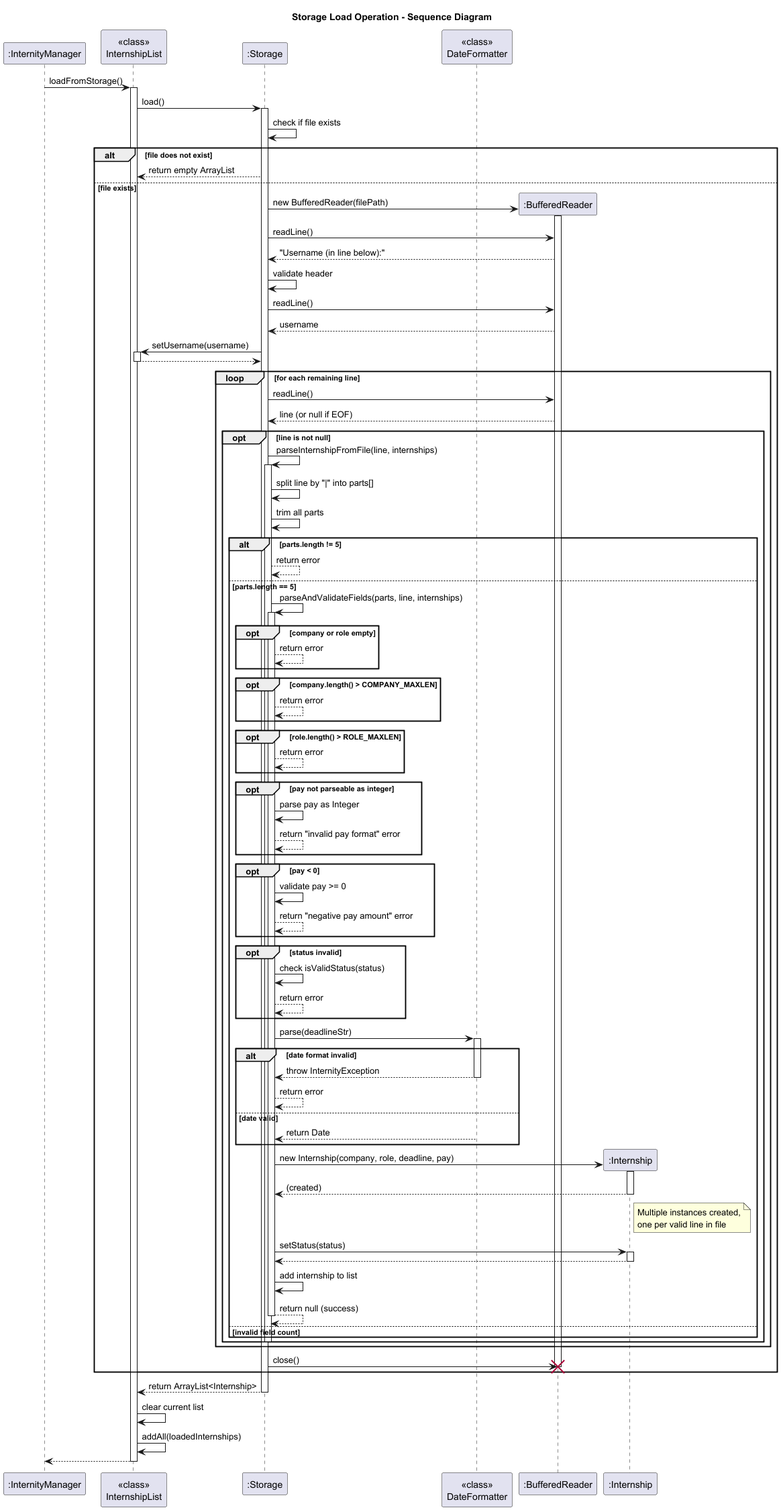
Before: docs/diagrams/StorageLoadSD.png, a diagram exported from PlantUML (AY2526S1-CS2113-W14-4/tp).
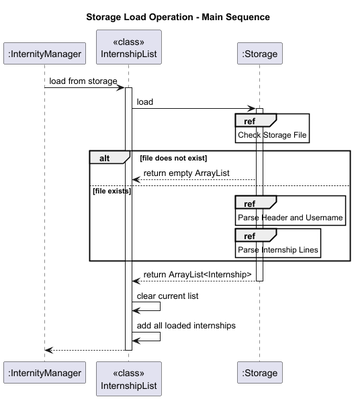
The same diagram one commit later.

Change to the diagram source:
```diff
@@ -1,127 +1,39 @@
 @startuml
-title Storage Load Operation - Sequence Diagram
+title Storage Load Operation - Main Sequence
 
 participant ":InternityManager" as IM
 participant "<<class>>\nInternshipList" as IL
 participant ":Storage" as S
-participant "<<class>>\nDateFormatter" as DF
 
-IM -> IL: loadFromStorage()
+IM -> IL: load from storage
 activate IL
 
-IL -> S: load()
+IL -> S: load
 activate S
 
-S -> S: check if file exists
+ref over S
+    Check Storage File
+end ref
+
 alt file does not exist
     S --> IL: return empty ArrayList
 else file exists
-    create ":BufferedReader" as BR
-    S -> BR**: new BufferedReader(filePath)
-    activate BR
+    ref over S
+        Parse Header and Username
+    end ref
 
-    S -> BR: readLine()
-    BR --> S: "Username (in line below):"
-
-    S -> S: validate header
-
-    S -> BR: readLine()
-    BR --> S: username
-
-    S -> IL: setUsername(username)
-    activate IL
-    IL --> S:
-    deactivate IL
-
-    loop for each remaining line
-        S -> BR: readLine()
-        BR --> S: line (or null if EOF)
-
-        opt line is not null
-            S -> S: parseInternshipFromFile(line, internships)
-            activate S
-
-            S -> S: split line by "|" into parts[]
-            S -> S: trim all parts
-
-            alt parts.length != 5
-                S --> S: return error
-            else parts.length == 5
-                S -> S: parseAndValidateFields(parts, line, internships)
-                activate S
-
-                opt company or role empty
-                    S --> S: return error
-                end
-
-                opt company.length() > COMPANY_MAXLEN
-                    S --> S: return error
-                end
-
-                opt role.length() > ROLE_MAXLEN
-                    S --> S: return error
-                end
-
-                opt pay not parseable as integer
-                    S -> S: parse pay as Integer
-                    S --> S: return "invalid pay format" error
-                end
-
-                opt pay < 0
-                    S -> S: validate pay >= 0
-                    S --> S: return "negative pay amount" error
-                end
-
-                opt status invalid
-                    S -> S: check isValidStatus(status)
-                    S --> S: return error
-                end
-
-                S -> DF: parse(deadlineStr)
-                activate DF
-                alt date format invalid
-                    DF --> S: throw InternityException
-                    deactivate DF
-                    S --> S: return error
-                else date valid
-                    DF --> S: return Date
-                    deactivate DF
-                end
-
-                create ":Internship" as Intern
-                S -> Intern**: new Internship(company, role, deadline, pay)
-                activate Intern
-                return (created)
-                note right of Intern: Multiple instances created,\none per valid line in file
-
-                S -> Intern: setStatus(status)
-                activate Intern
-                Intern --> S:
-                deactivate Intern
-
-                S -> S: add internship to list
-                S --> S: return null (success)
-
-                deactivate S
-            else invalid field count
-            end
-
-            deactivate S
-        end
-    end
-
-    S -> BR: close()
-    deactivate BR
-    destroy BR
+    ref over S
+        Parse Internship Lines
+    end ref
 end
 
 S --> IL: return ArrayList<Internship>
 deactivate S
 
 IL -> IL: clear current list
-IL -> IL: addAll(loadedInternships)
+IL -> IL: add all loaded internships
 
-IL --> IM:
+IL --> IM
 deactivate IL
 
 @enduml
```
